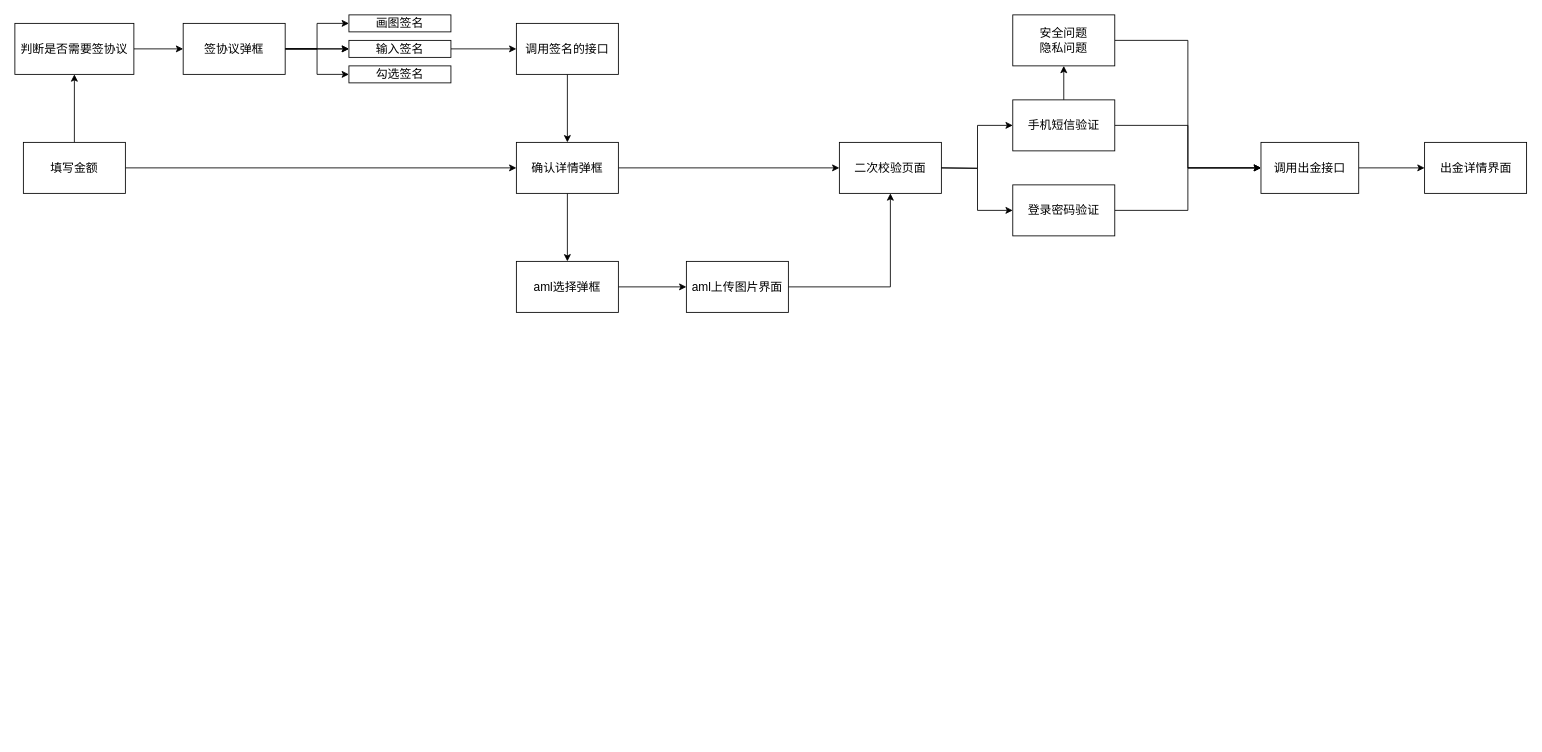
Above: page "美股出金流程" (6 of 6) of Untitled Diagram.drawio in damoOnly/school (draw.io), before the change. Source tidied: cells renumbered, new cells numbered last; positions are measured from the earlier drawing's top-left corner, leaving out a move shared by most shapes. Both pictures are drawn from the tidied source at 85%, with x=0, y=0 at pixel (14, 14).
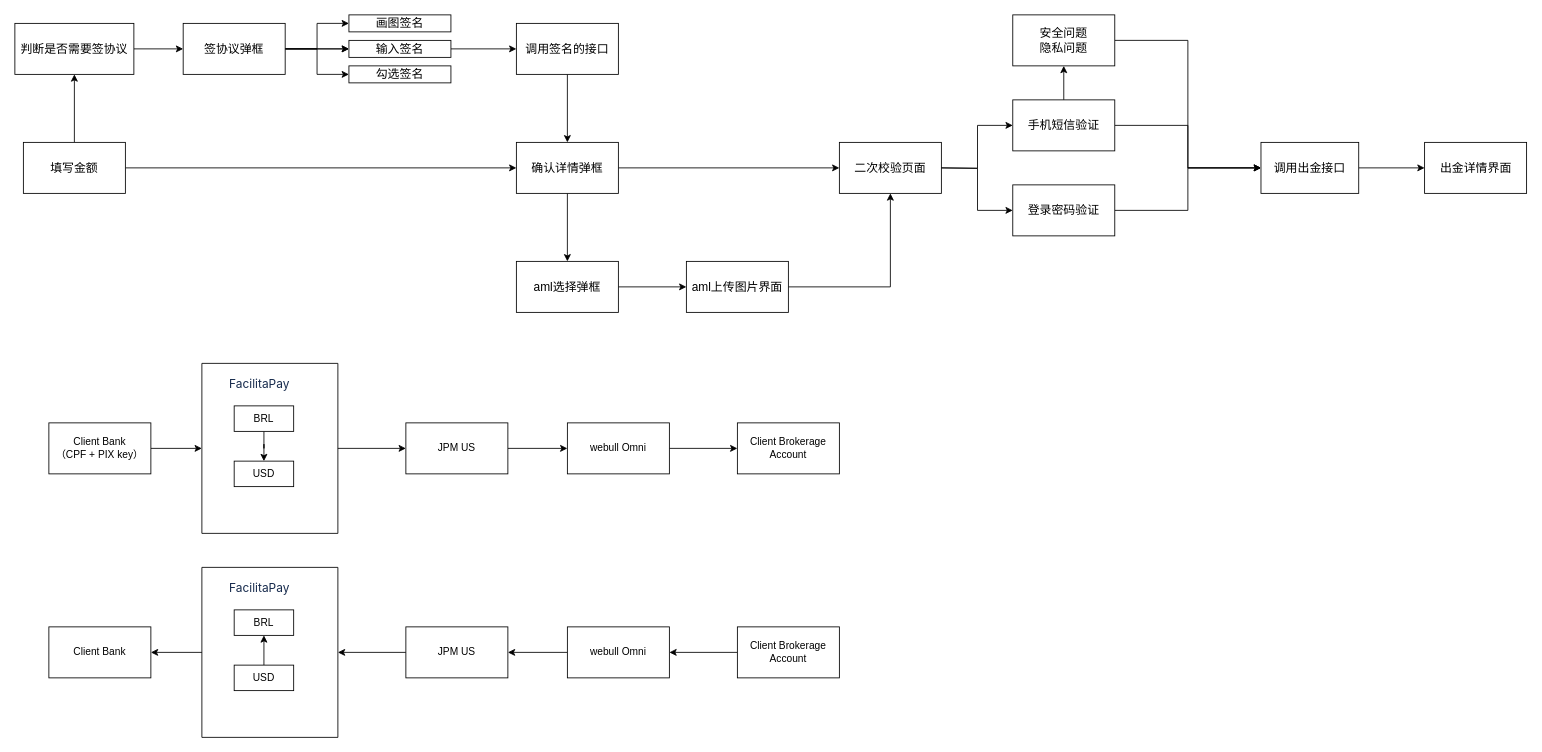
After the change.

Change to the diagram source:
```diff
@@
+    <mxCell id="38" style="edgeStyle=orthogonalEdgeStyle;rounded=0;jettySize=auto;html=1;" parent="1" edge="1" source="39" target="41">
+      <mxGeometry relative="1" as="geometry" />
+    </mxCell>
+    <mxCell id="39" value="&lt;div&gt;Client Bank&lt;/div&gt;&lt;div&gt;（CPF + PIX key）&lt;/div&gt;" style="rounded=0;whiteSpace=wrap;html=1;" parent="1" vertex="1">
+      <mxGeometry x="40" y="480" width="120" height="60" as="geometry" />
+    </mxCell>
+    <mxCell id="40" style="edgeStyle=orthogonalEdgeStyle;rounded=0;jettySize=auto;html=1;entryX=0;entryY=0.5;entryDx=0;entryDy=0;" parent="1" edge="1" source="41" target="47">
+      <mxGeometry relative="1" as="geometry" />
+    </mxCell>
+    <mxCell id="41" style="swimlane;startSize=0;" parent="1" vertex="1">
+      <mxGeometry x="220" y="410" width="160" height="200" as="geometry" />
+    </mxCell>
+    <mxCell id="42" value="&lt;span style=&quot;color: rgb(23, 43, 77); font-family: -apple-system, &amp;quot;system-ui&amp;quot;, &amp;quot;Segoe UI&amp;quot;, Roboto, Oxygen, Ubuntu, &amp;quot;Fira Sans&amp;quot;, &amp;quot;Droid Sans&amp;quot;, &amp;quot;Helvetica Neue&amp;quot;, sans-serif; font-size: 14px; text-align: left; background-color: rgb(255, 255, 255);&quot;&gt;FacilitaPay&lt;/span&gt;" style="text;html=1;align=center;verticalAlign=middle;whiteSpace=wrap;rounded=0;" parent="41" vertex="1">
+      <mxGeometry x="38" y="10" width="60" height="30" as="geometry" />
+    </mxCell>
+    <mxCell id="43" style="edgeStyle=orthogonalEdgeStyle;rounded=0;jettySize=auto;html=1;entryX=0.5;entryY=0;entryDx=0;entryDy=0;" parent="41" edge="1" source="44" target="45">
+      <mxGeometry relative="1" as="geometry" />
+    </mxCell>
+    <mxCell id="44" value="BRL" style="rounded=0;whiteSpace=wrap;html=1;" parent="41" vertex="1">
+      <mxGeometry x="38" y="50" width="70" height="30" as="geometry" />
+    </mxCell>
+    <mxCell id="45" value="USD" style="rounded=0;whiteSpace=wrap;html=1;" parent="41" vertex="1">
+      <mxGeometry x="38" y="115" width="70" height="30" as="geometry" />
+    </mxCell>
+    <mxCell id="46" style="edgeStyle=orthogonalEdgeStyle;rounded=0;jettySize=auto;html=1;entryX=0;entryY=0.5;entryDx=0;entryDy=0;" parent="1" edge="1" source="47" target="49">
+      <mxGeometry relative="1" as="geometry" />
+    </mxCell>
+    <mxCell id="47" value="JPM US" style="rounded=0;whiteSpace=wrap;html=1;" parent="1" vertex="1">
+      <mxGeometry x="460" y="480" width="120" height="60" as="geometry" />
+    </mxCell>
+    <mxCell id="48" style="edgeStyle=orthogonalEdgeStyle;rounded=0;jettySize=auto;html=1;entryX=0;entryY=0.5;entryDx=0;entryDy=0;" parent="1" edge="1" source="49" target="50">
+      <mxGeometry relative="1" as="geometry" />
+    </mxCell>
+    <mxCell id="49" value="webull Omni" style="rounded=0;whiteSpace=wrap;html=1;" parent="1" vertex="1">
+      <mxGeometry x="650" y="480" width="120" height="60" as="geometry" />
+    </mxCell>
+    <mxCell id="50" value="Client Brokerage Account" style="rounded=0;whiteSpace=wrap;html=1;" parent="1" vertex="1">
+      <mxGeometry x="850" y="480" width="120" height="60" as="geometry" />
+    </mxCell>
+    <mxCell id="51" value="Client Bank" style="rounded=0;whiteSpace=wrap;html=1;" parent="1" vertex="1">
+      <mxGeometry x="40" y="720" width="120" height="60" as="geometry" />
+    </mxCell>
+    <mxCell id="52" style="edgeStyle=orthogonalEdgeStyle;rounded=0;jettySize=auto;html=1;entryX=1;entryY=0.5;entryDx=0;entryDy=0;" parent="1" edge="1" source="53" target="51">
+      <mxGeometry relative="1" as="geometry" />
+    </mxCell>
+    <mxCell id="53" style="swimlane;startSize=0;" parent="1" vertex="1">
+      <mxGeometry x="220" y="650" width="160" height="200" as="geometry" />
+    </mxCell>
+    <mxCell id="54" value="&lt;span style=&quot;color: rgb(23, 43, 77); font-family: -apple-system, &amp;quot;system-ui&amp;quot;, &amp;quot;Segoe UI&amp;quot;, Roboto, Oxygen, Ubuntu, &amp;quot;Fira Sans&amp;quot;, &amp;quot;Droid Sans&amp;quot;, &amp;quot;Helvetica Neue&amp;quot;, sans-serif; font-size: 14px; text-align: left; background-color: rgb(255, 255, 255);&quot;&gt;FacilitaPay&lt;/span&gt;" style="text;html=1;align=center;verticalAlign=middle;whiteSpace=wrap;rounded=0;" parent="53" vertex="1">
+      <mxGeometry x="38" y="10" width="60" height="30" as="geometry" />
+    </mxCell>
+    <mxCell id="55" value="BRL" style="rounded=0;whiteSpace=wrap;html=1;" parent="53" vertex="1">
+      <mxGeometry x="38" y="50" width="70" height="30" as="geometry" />
+    </mxCell>
+    <mxCell id="56" style="edgeStyle=orthogonalEdgeStyle;rounded=0;jettySize=auto;html=1;exitX=0.5;exitY=0;exitDx=0;exitDy=0;entryX=0.5;entryY=1;entryDx=0;entryDy=0;" parent="53" edge="1" source="57" target="55">
+      <mxGeometry relative="1" as="geometry" />
+    </mxCell>
+    <mxCell id="57" value="USD" style="rounded=0;whiteSpace=wrap;html=1;" parent="53" vertex="1">
+      <mxGeometry x="38" y="115" width="70" height="30" as="geometry" />
+    </mxCell>
+    <mxCell id="58" style="edgeStyle=orthogonalEdgeStyle;rounded=0;jettySize=auto;html=1;entryX=1;entryY=0.5;entryDx=0;entryDy=0;" parent="1" edge="1" source="59" target="53">
+      <mxGeometry relative="1" as="geometry" />
+    </mxCell>
+    <mxCell id="59" value="JPM US" style="rounded=0;whiteSpace=wrap;html=1;" parent="1" vertex="1">
+      <mxGeometry x="460" y="720" width="120" height="60" as="geometry" />
+    </mxCell>
+    <mxCell id="60" style="edgeStyle=orthogonalEdgeStyle;rounded=0;jettySize=auto;html=1;entryX=1;entryY=0.5;entryDx=0;entryDy=0;" parent="1" edge="1" source="61" target="59">
+      <mxGeometry relative="1" as="geometry" />
+    </mxCell>
+    <mxCell id="61" value="webull Omni" style="rounded=0;whiteSpace=wrap;html=1;" parent="1" vertex="1">
+      <mxGeometry x="650" y="720" width="120" height="60" as="geometry" />
+    </mxCell>
+    <mxCell id="62" style="edgeStyle=orthogonalEdgeStyle;rounded=0;jettySize=auto;html=1;entryX=1;entryY=0.5;entryDx=0;entryDy=0;" parent="1" edge="1" source="63" target="61">
+      <mxGeometry relative="1" as="geometry" />
+    </mxCell>
+    <mxCell id="63" value="Client Brokerage Account" style="rounded=0;whiteSpace=wrap;html=1;" parent="1" vertex="1">
+      <mxGeometry x="850" y="720" width="120" height="60" as="geometry" />
+    </mxCell>
```
